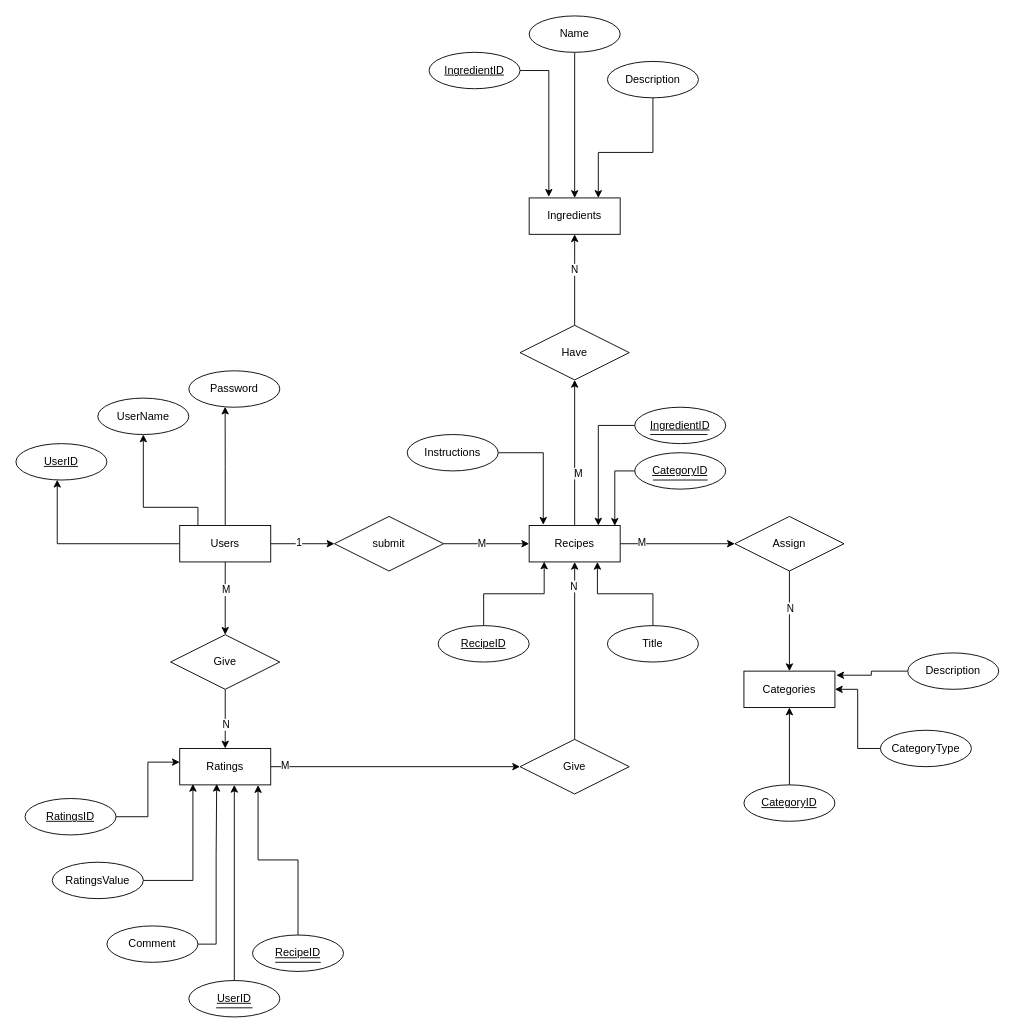
Before: Recipe ER.drawio in ziard47/Diagram, a draw.io diagram. Source tidied: cells renumbered, new cells numbered last; positions are measured from the earlier drawing's top-left corner, leaving out a move shared by most shapes. Both pictures are drawn from the tidied source at 91%, with x=0, y=0 at pixel (15, 15).
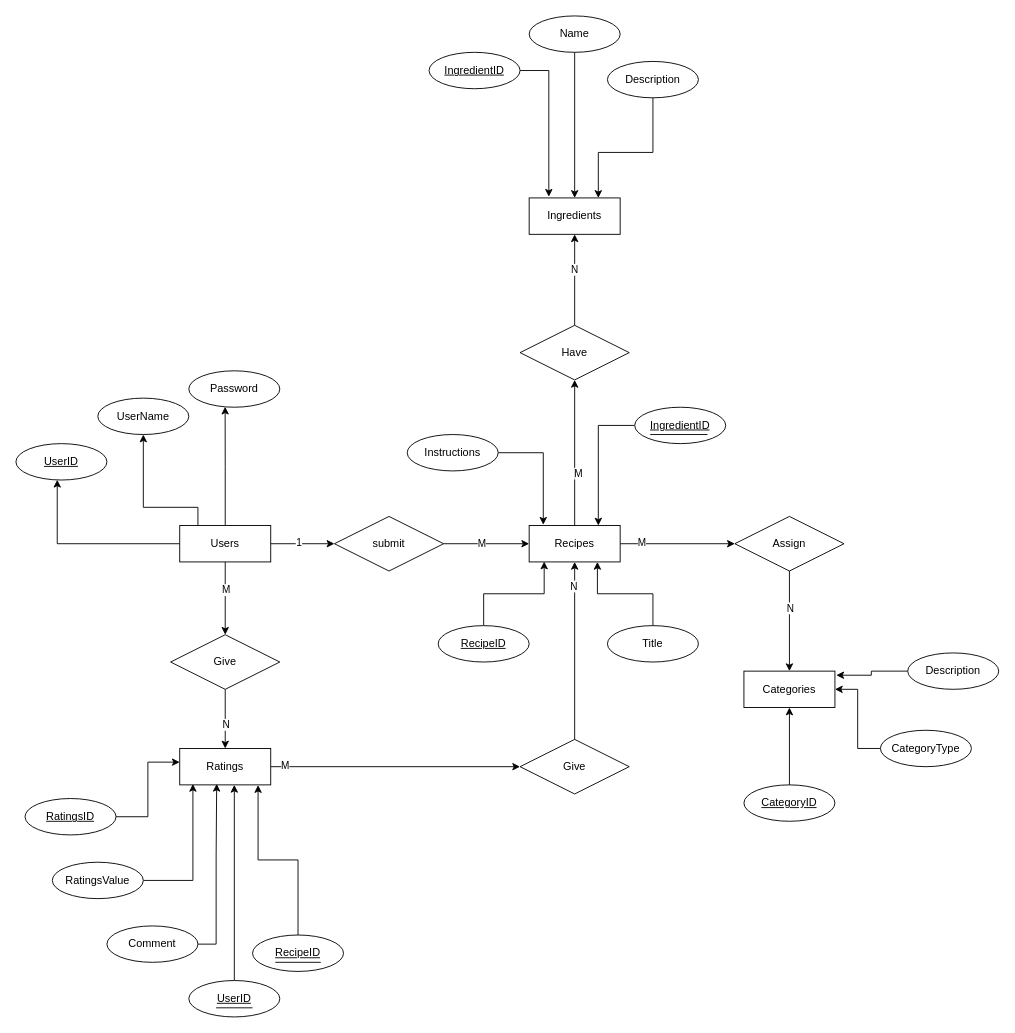
After the change.

Unchanged cells that the change refers to:
```xml
<mxCell id="14" value="Recipes " style="whiteSpace=wrap;html=1;align=center;" parent="1" vertex="1">
  <mxGeometry x="564" y="560" width="100" height="40" as="geometry" />
</mxCell>
```

The edit, as a diff of the source:
```diff
@@
-    <mxCell id="46" style="edgeStyle=orthogonalEdgeStyle;rounded=0;jettySize=auto;html=1;entryX=0.941;entryY=0.007;entryDx=0;entryDy=0;entryPerimeter=0;" parent="1" edge="1" source="47" target="14">
-      <mxGeometry relative="1" as="geometry" />
-    </mxCell>
-    <mxCell id="47" value="CategoryID" style="ellipse;whiteSpace=wrap;html=1;align=center;fontStyle=4;" parent="1" vertex="1">
-      <mxGeometry x="680" y="480" width="100" height="40" as="geometry" />
-    </mxCell>
@@
-    <mxCell id="70" style="endArrow=none;html=1;rounded=0;" parent="1" edge="1">
-      <mxGeometry relative="1" as="geometry">
-        <mxPoint x="700" y="510" as="sourcePoint" />
-        <mxPoint x="760" y="510" as="targetPoint" />
-      </mxGeometry>
-    </mxCell>
```
